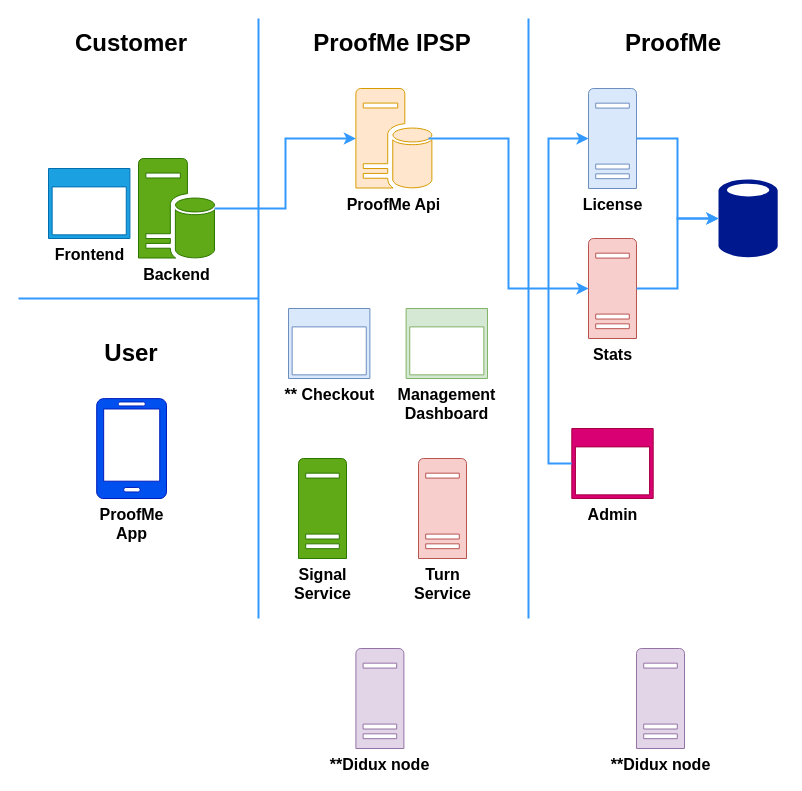
Proofme-id/Documentation keeps this draw.io diagram as _media/IPSP-Overview.drawio. Above is the earlier version. Source tidied: cells renumbered, new cells numbered last; positions are measured from the earlier drawing's top-left corner, leaving out a move shared by most shapes. Both pictures are drawn from the tidied source at 100%, with x=0, y=0 at pixel (18, 18).
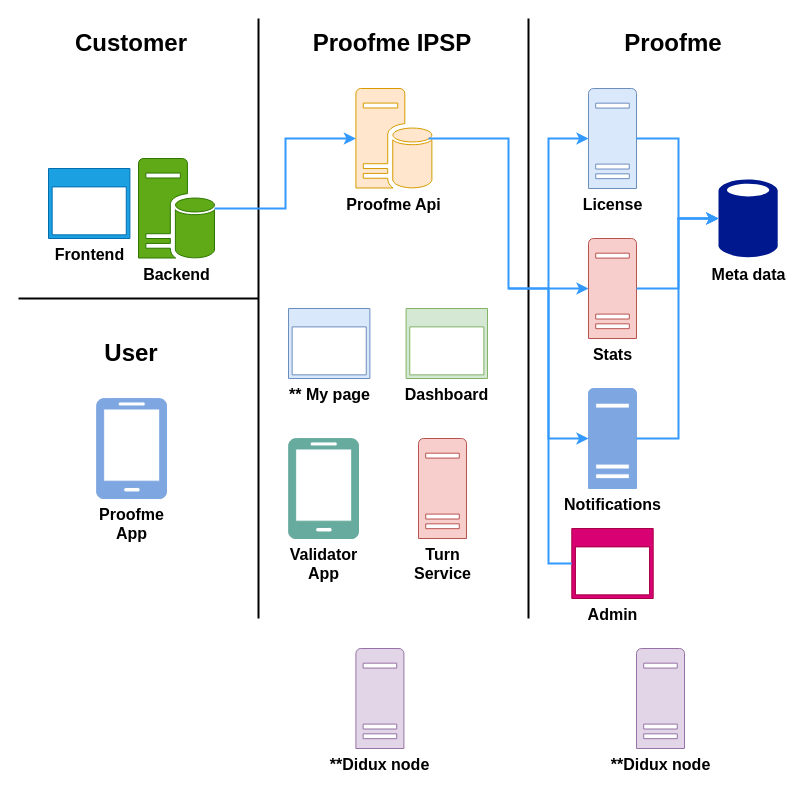
Above is the later version.

Unchanged cells that the change refers to:
```xml
<mxCell id="4" value="License" style="sketch=0;shadow=0;dashed=0;html=1;strokeColor=#6c8ebf;labelPosition=center;verticalLabelPosition=bottom;verticalAlign=top;align=center;fillColor=#dae8fc;shape=mxgraph.mscae.enterprise.server_generic;fontSize=16;fontStyle=1;" parent="1" vertex="1">
  <mxGeometry x="570" y="70" width="48" height="100" as="geometry" />
</mxCell>
<mxCell id="5" value="Stats" style="sketch=0;shadow=0;dashed=0;html=1;strokeColor=#b85450;labelPosition=center;verticalLabelPosition=bottom;verticalAlign=top;align=center;fillColor=#f8cecc;shape=mxgraph.mscae.enterprise.server_generic;fontSize=16;fontStyle=1;" parent="1" vertex="1">
  <mxGeometry x="570" y="220" width="48" height="100" as="geometry" />
</mxCell>
```

Diff of the diagram source:
```diff
@@
-    <mxCell id="2" value="&lt;font color=&quot;#000000&quot; style=&quot;font-size: 16px;&quot;&gt;ProofMe&lt;br style=&quot;font-size: 16px;&quot;&gt;App&lt;/font&gt;" style="sketch=0;shadow=0;dashed=0;html=1;strokeColor=#001DBC;labelPosition=center;verticalLabelPosition=bottom;verticalAlign=top;align=center;fillColor=#0050ef;shape=mxgraph.azure.mobile;fontColor=#ffffff;fontSize=16;fontStyle=1;" parent="1" vertex="1">
+    <mxCell id="2" value="&lt;font color=&quot;#000000&quot; style=&quot;font-size: 16px;&quot;&gt;Proofme&lt;br style=&quot;font-size: 16px;&quot;&gt;App&lt;/font&gt;" style="sketch=0;shadow=0;dashed=0;html=1;strokeColor=#7EA6E0;labelPosition=center;verticalLabelPosition=bottom;verticalAlign=top;align=center;fillColor=#7EA6E0;shape=mxgraph.azure.mobile;fontColor=#ffffff;fontSize=16;fontStyle=1;" parent="1" vertex="1">
       <mxGeometry x="78" y="380" width="70" height="100" as="geometry" />
     </mxCell>
-    <mxCell id="3" value="ProofMe Api" style="sketch=0;shadow=0;dashed=0;html=1;strokeColor=#d79b00;labelPosition=center;verticalLabelPosition=bottom;verticalAlign=top;align=center;fillColor=#ffe6cc;shape=mxgraph.mscae.enterprise.database_server;fontSize=16;fontStyle=1;" parent="1" vertex="1">
+    <mxCell id="3" value="Proofme Api" style="sketch=0;shadow=0;dashed=0;html=1;strokeColor=#d79b00;labelPosition=center;verticalLabelPosition=bottom;verticalAlign=top;align=center;fillColor=#ffe6cc;shape=mxgraph.mscae.enterprise.database_server;fontSize=16;fontStyle=1;" parent="1" vertex="1">
       <mxGeometry x="337.4" y="70" width="76" height="100" as="geometry" />
     </mxCell>
@@
-    <mxCell id="6" style="sketch=0;shadow=0;dashed=0;html=1;strokeColor=none;labelPosition=center;verticalLabelPosition=bottom;verticalAlign=top;align=center;fillColor=#00188D;shape=mxgraph.mscae.enterprise.database_generic;fontSize=16;fontStyle=1;" parent="1" vertex="1">
+    <mxCell id="6" value="Meta data" style="sketch=0;shadow=0;dashed=0;html=1;strokeColor=none;labelPosition=center;verticalLabelPosition=bottom;verticalAlign=top;align=center;fillColor=#00188D;shape=mxgraph.mscae.enterprise.database_generic;fontSize=16;fontStyle=1;" parent="1" vertex="1">
       <mxGeometry x="700" y="160" width="59.2" height="80" as="geometry" />
     </mxCell>
-    <mxCell id="7" value="** Checkout" style="sketch=0;shadow=0;dashed=0;html=1;strokeColor=#6c8ebf;labelPosition=center;verticalLabelPosition=bottom;verticalAlign=top;align=center;fillColor=#dae8fc;shape=mxgraph.mscae.enterprise.application_blank;fontSize=16;fontStyle=1;" parent="1" vertex="1">
+    <mxCell id="7" value="** My page" style="sketch=0;shadow=0;dashed=0;html=1;strokeColor=#6c8ebf;labelPosition=center;verticalLabelPosition=bottom;verticalAlign=top;align=center;fillColor=#dae8fc;shape=mxgraph.mscae.enterprise.application_blank;fontSize=16;fontStyle=1;" parent="1" vertex="1">
       <mxGeometry x="270" y="290" width="81.4" height="70" as="geometry" />
     </mxCell>
-    <mxCell id="8" value="Management&lt;br style=&quot;font-size: 16px;&quot;&gt;Dashboard" style="sketch=0;shadow=0;dashed=0;html=1;strokeColor=#82b366;labelPosition=center;verticalLabelPosition=bottom;verticalAlign=top;align=center;fillColor=#d5e8d4;shape=mxgraph.mscae.enterprise.application_blank;fontSize=16;fontStyle=1;" parent="1" vertex="1">
+    <mxCell id="8" value="Dashboard" style="sketch=0;shadow=0;dashed=0;html=1;strokeColor=#82b366;labelPosition=center;verticalLabelPosition=bottom;verticalAlign=top;align=center;fillColor=#d5e8d4;shape=mxgraph.mscae.enterprise.application_blank;fontSize=16;fontStyle=1;" parent="1" vertex="1">
       <mxGeometry x="387.6" y="290" width="81.4" height="70" as="geometry" />
     </mxCell>
     <mxCell id="9" value="Turn&lt;br style=&quot;font-size: 16px;&quot;&gt;Service" style="sketch=0;shadow=0;dashed=0;html=1;strokeColor=#b85450;labelPosition=center;verticalLabelPosition=bottom;verticalAlign=top;align=center;fillColor=#f8cecc;shape=mxgraph.mscae.enterprise.server_generic;fontSize=16;fontStyle=1;" parent="1" vertex="1">
-      <mxGeometry x="400" y="440" width="48" height="100" as="geometry" />
+      <mxGeometry x="400" y="420" width="48" height="100" as="geometry" />
     </mxCell>
-    <mxCell id="10" value="&lt;font color=&quot;#000000&quot; style=&quot;font-size: 16px;&quot;&gt;Signal&lt;br style=&quot;font-size: 16px;&quot;&gt;Service&lt;/font&gt;" style="sketch=0;shadow=0;dashed=0;html=1;strokeColor=#2D7600;labelPosition=center;verticalLabelPosition=bottom;verticalAlign=top;align=center;fillColor=#60a917;shape=mxgraph.mscae.enterprise.server_generic;fontColor=#ffffff;fontSize=16;fontStyle=1;" parent="1" vertex="1">
-      <mxGeometry x="280" y="440" width="48" height="100" as="geometry" />
-    </mxCell>
@@
     <mxCell id="12" value="&lt;font color=&quot;#000000&quot; style=&quot;font-size: 16px;&quot;&gt;Admin&lt;/font&gt;" style="sketch=0;shadow=0;dashed=0;html=1;strokeColor=#A50040;labelPosition=center;verticalLabelPosition=bottom;verticalAlign=top;align=center;fillColor=#d80073;shape=mxgraph.mscae.enterprise.application_blank;fontColor=#ffffff;fontSize=16;fontStyle=1;" parent="1" vertex="1">
-      <mxGeometry x="553.3" y="410" width="81.4" height="70" as="geometry" />
+      <mxGeometry x="553.3" y="510" width="81.4" height="70" as="geometry" />
     </mxCell>
-    <mxCell id="13" style="endArrow=none;html=1;rounded=0;fillColor=#cce5ff;strokeColor=#3399FF;strokeWidth=2;" parent="1" edge="1">
+    <mxCell id="13" style="endArrow=none;html=1;rounded=0;fillColor=#cce5ff;strokeColor=#000000;strokeWidth=2;" parent="1" edge="1">
       <mxGeometry relative="1" as="geometry">
         <mxPoint x="240" y="600" as="sourcePoint" />
         <mxPoint x="240" as="targetPoint" />
       </mxGeometry>
     </mxCell>
-    <mxCell id="14" style="endArrow=none;html=1;rounded=0;fillColor=#cce5ff;strokeColor=#3399FF;strokeWidth=2;" parent="1" edge="1">
+    <mxCell id="14" style="endArrow=none;html=1;rounded=0;fillColor=#cce5ff;strokeColor=#000000;strokeWidth=2;" parent="1" edge="1">
       <mxGeometry relative="1" as="geometry">
         <mxPoint x="510" y="600" as="sourcePoint" />
         <mxPoint x="510" as="targetPoint" />
       </mxGeometry>
     </mxCell>
-    <mxCell id="15" style="endArrow=none;html=1;rounded=0;fontSize=16;fontStyle=1;fillColor=#cce5ff;strokeColor=#3399FF;strokeWidth=2;" parent="1" edge="1">
+    <mxCell id="15" style="endArrow=none;html=1;rounded=0;fontSize=16;fontStyle=1;fillColor=#cce5ff;strokeColor=#000000;strokeWidth=2;" parent="1" edge="1">
       <mxGeometry relative="1" as="geometry">
         <mxPoint y="280" as="sourcePoint" />
         <mxPoint x="240" y="280" as="targetPoint" />
       </mxGeometry>
     </mxCell>
@@
-    <mxCell id="22" value="ProofMe IPSP" style="text;html=1;strokeColor=none;fillColor=none;align=center;verticalAlign=middle;whiteSpace=wrap;rounded=0;fontStyle=1;fontSize=24;" parent="1" vertex="1">
+    <mxCell id="22" value="Proofme IPSP" style="text;html=1;strokeColor=none;fillColor=none;align=center;verticalAlign=middle;whiteSpace=wrap;rounded=0;fontStyle=1;fontSize=24;" parent="1" vertex="1">
       <mxGeometry x="279" y="10" width="190" height="30" as="geometry" />
     </mxCell>
-    <mxCell id="23" value="ProofMe" style="text;html=1;strokeColor=none;fillColor=none;align=center;verticalAlign=middle;whiteSpace=wrap;rounded=0;fontStyle=1;fontSize=24;" parent="1" vertex="1">
+    <mxCell id="23" value="Proofme" style="text;html=1;strokeColor=none;fillColor=none;align=center;verticalAlign=middle;whiteSpace=wrap;rounded=0;fontStyle=1;fontSize=24;" parent="1" vertex="1">
       <mxGeometry x="560" y="10" width="190" height="30" as="geometry" />
     </mxCell>
@@
     <mxCell id="25" style="edgeStyle=elbowEdgeStyle;elbow=horizontal;endArrow=classic;html=1;rounded=0;fontSize=16;fontColor=#3399FF;strokeColor=#3399FF;strokeWidth=2;entryX=0;entryY=0.5;entryDx=0;entryDy=0;entryPerimeter=0;exitX=1;exitY=0.5;exitDx=0;exitDy=0;exitPerimeter=0;" parent="1" edge="1" source="5" target="6">
-      <mxGeometry relative="1" as="geometry" />
+      <mxGeometry relative="1" as="geometry">
+        <Array as="points">
+          <mxPoint x="660" y="240" />
+        </Array>
+      </mxGeometry>
     </mxCell>
     <mxCell id="26" style="edgeStyle=elbowEdgeStyle;elbow=horizontal;endArrow=classic;html=1;rounded=0;fontSize=16;fontColor=#3399FF;strokeColor=#3399FF;strokeWidth=2;entryX=0;entryY=0.5;entryDx=0;entryDy=0;entryPerimeter=0;exitX=1;exitY=0.5;exitDx=0;exitDy=0;exitPerimeter=0;" parent="1" edge="1" source="4" target="6">
-      <mxGeometry relative="1" as="geometry" />
+      <mxGeometry relative="1" as="geometry">
+        <Array as="points">
+          <mxPoint x="660" y="170" />
+        </Array>
+      </mxGeometry>
     </mxCell>
@@
+    <mxCell id="29" value="Notifications" style="sketch=0;shadow=0;dashed=0;html=1;strokeColor=#7EA6E0;labelPosition=center;verticalLabelPosition=bottom;verticalAlign=top;align=center;fillColor=#7EA6E0;shape=mxgraph.mscae.enterprise.server_generic;fontSize=16;fontStyle=1;" parent="1" vertex="1">
+      <mxGeometry x="570" y="370" width="48" height="100" as="geometry" />
+    </mxCell>
+    <mxCell id="30" style="edgeStyle=elbowEdgeStyle;elbow=horizontal;endArrow=classic;html=1;rounded=0;fontSize=16;fontColor=#3399FF;strokeColor=#3399FF;strokeWidth=2;entryX=0;entryY=0.5;entryDx=0;entryDy=0;entryPerimeter=0;" parent="1" edge="1" target="29">
+      <mxGeometry relative="1" as="geometry">
+        <mxPoint x="490" y="270" as="sourcePoint" />
+        <Array as="points">
+          <mxPoint x="530" y="300" />
+          <mxPoint x="490" y="350" />
+        </Array>
+      </mxGeometry>
+    </mxCell>
+    <mxCell id="31" style="edgeStyle=elbowEdgeStyle;elbow=horizontal;endArrow=classic;html=1;rounded=0;fontSize=16;fontColor=#3399FF;strokeColor=#3399FF;strokeWidth=2;exitX=1;exitY=0.5;exitDx=0;exitDy=0;exitPerimeter=0;entryX=0;entryY=0.5;entryDx=0;entryDy=0;entryPerimeter=0;" parent="1" edge="1" source="29" target="6">
+      <mxGeometry relative="1" as="geometry">
+        <Array as="points">
+          <mxPoint x="660" y="260" />
+        </Array>
+      </mxGeometry>
+    </mxCell>
+    <mxCell id="32" value="&lt;font color=&quot;#000000&quot; style=&quot;font-size: 16px;&quot;&gt;Validator&lt;br style=&quot;font-size: 16px;&quot;&gt;App&lt;/font&gt;" style="sketch=0;shadow=0;dashed=0;html=1;strokeColor=#67AB9F;labelPosition=center;verticalLabelPosition=bottom;verticalAlign=top;align=center;fillColor=#67AB9F;shape=mxgraph.azure.mobile;fontColor=#ffffff;fontSize=16;fontStyle=1;" parent="1" vertex="1">
+      <mxGeometry x="270" y="420" width="70" height="100" as="geometry" />
+    </mxCell>
```
